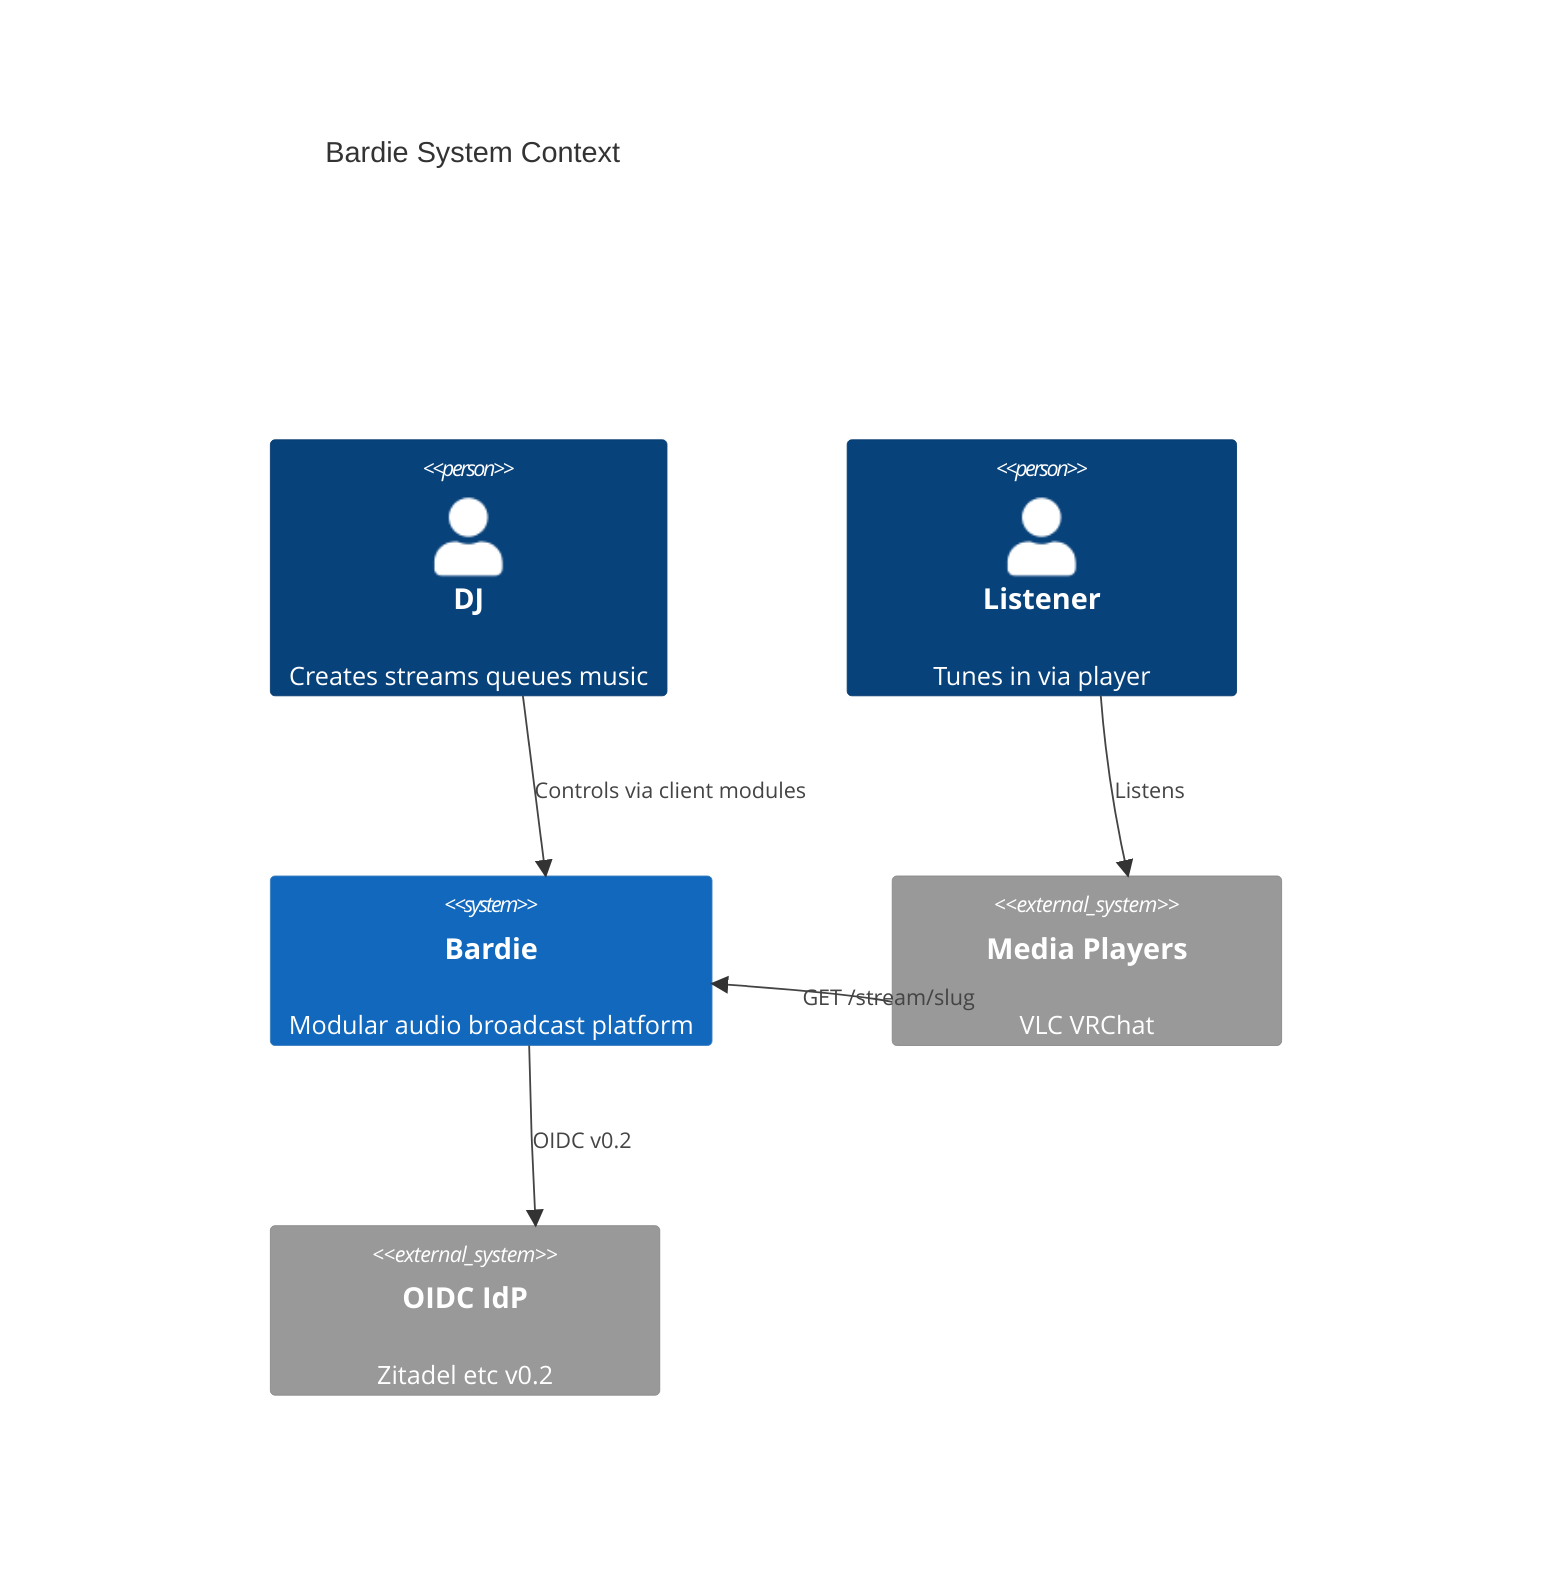
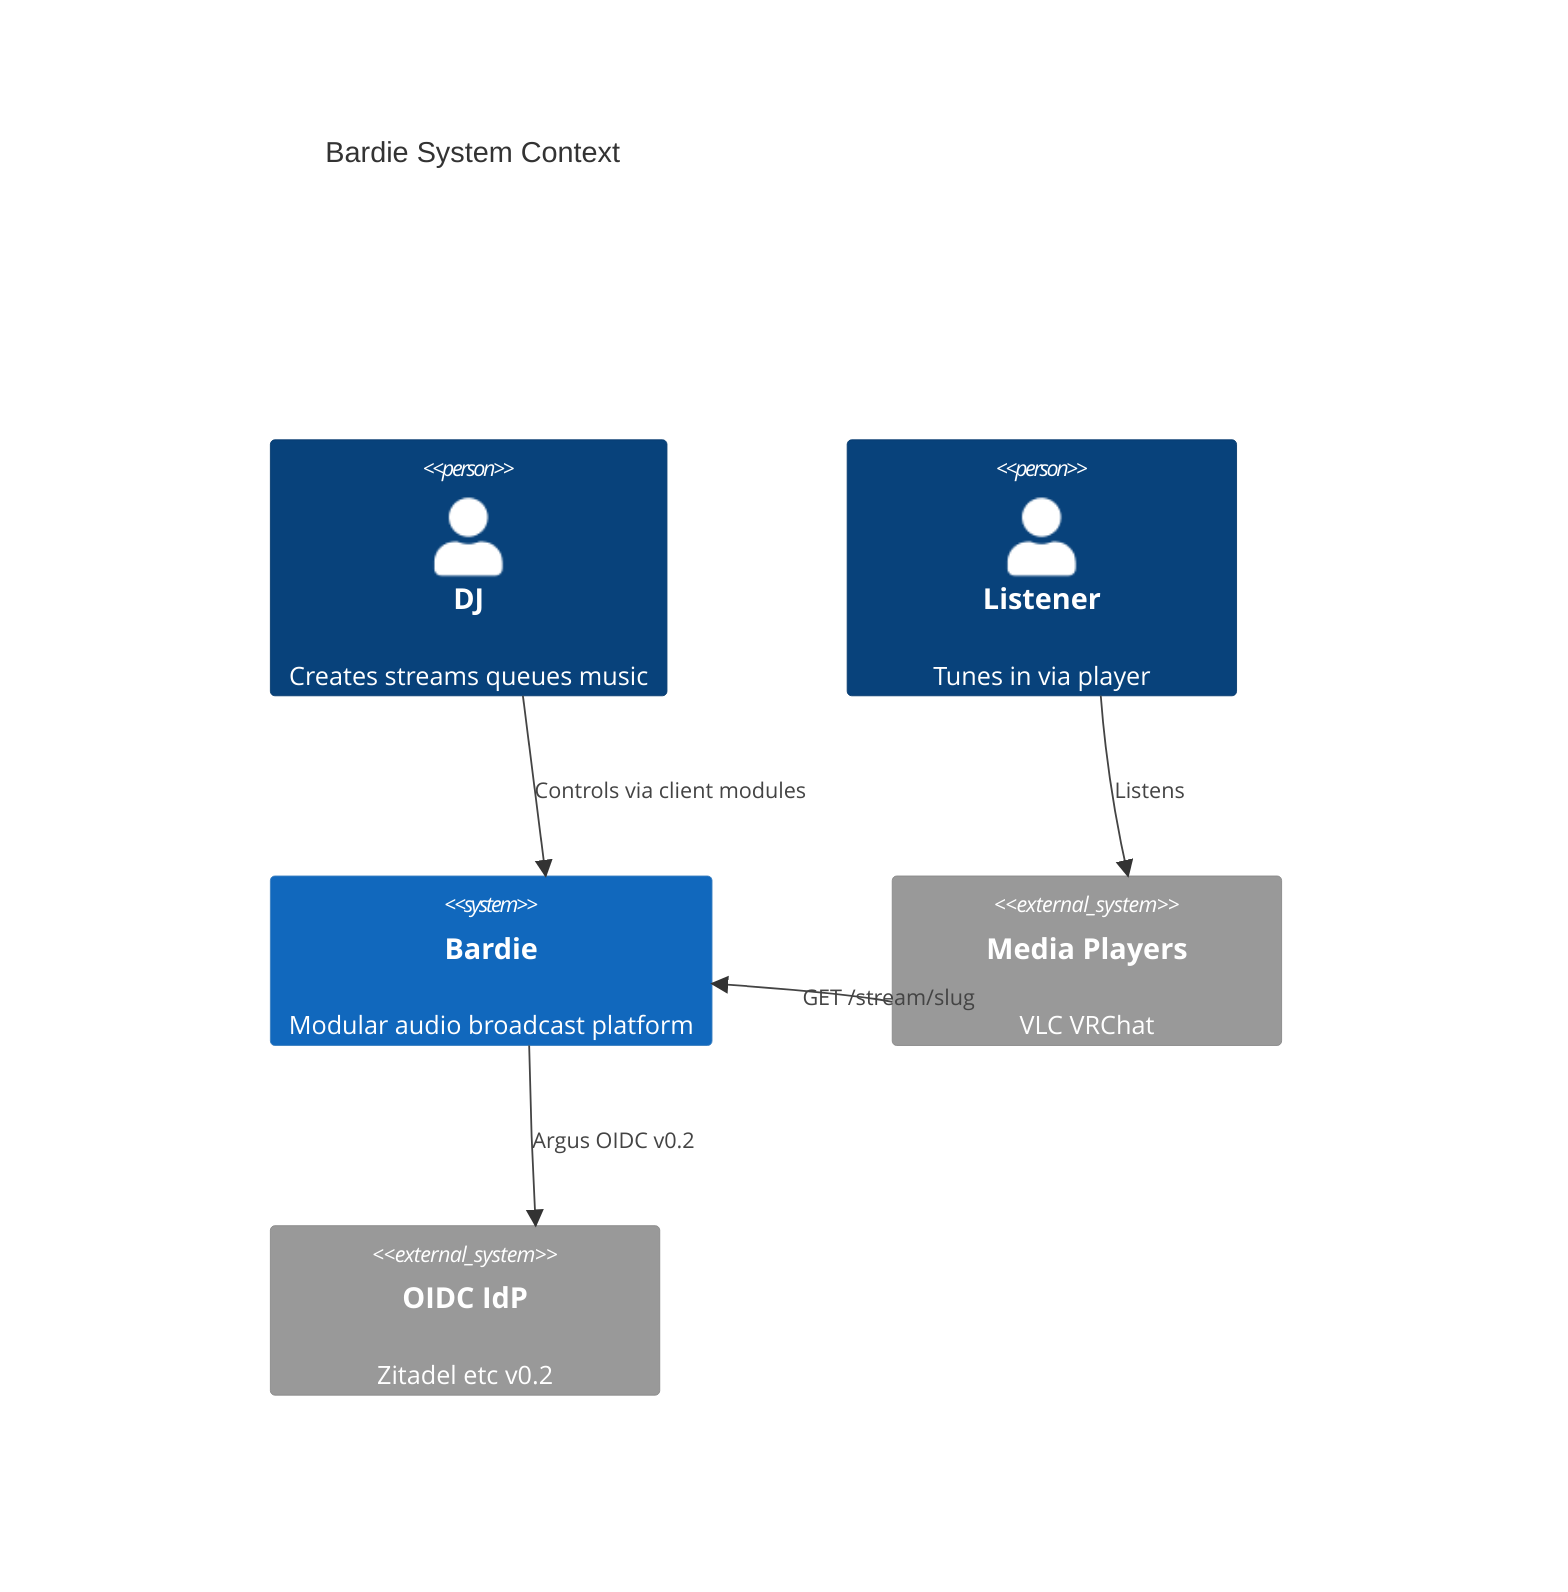
C4Context
  title Bardie System Context
  Person(dj, "DJ", "Creates streams queues music")
  Person(listener, "Listener", "Tunes in via player")
  System(bardie, "Bardie", "Modular audio broadcast platform")
  System_Ext(players, "Media Players", "VLC VRChat")
  System_Ext(idp, "OIDC IdP", "Zitadel etc v0.2")
  Rel(dj, bardie, "Controls via client modules")
  Rel(listener, players, "Listens")
  Rel(players, bardie, "GET /stream/slug")
-   Rel(bardie, idp, "OIDC v0.2")
+   Rel(bardie, idp, "Argus OIDC v0.2")
